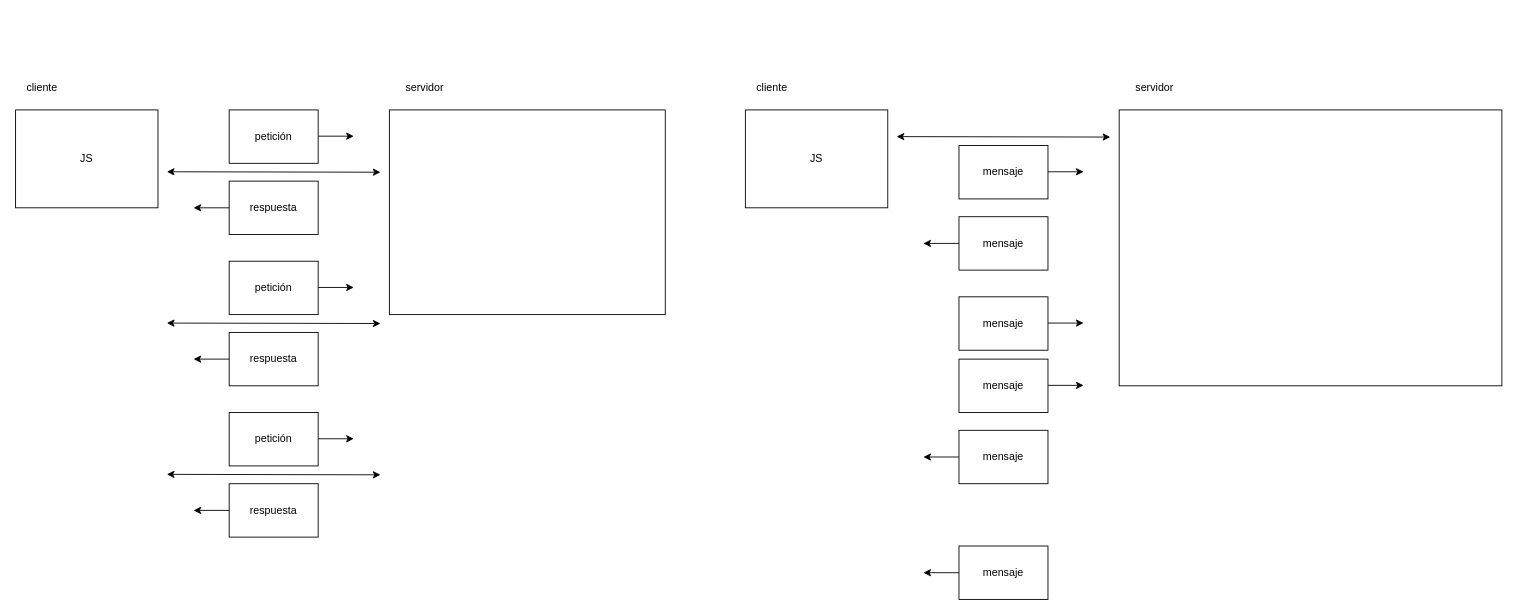
This is page "Página-51" (51 of 52) of dibujos.drawio from lrag/MEAN_2021_2, a draw.io file, before an edit. Source tidied: cells renumbered, new cells numbered last; positions are measured from the earlier drawing's top-left corner, leaving out a move shared by most shapes. Both pictures are drawn from the tidied source at 89%, with x=0, y=0 at pixel (15, 74).
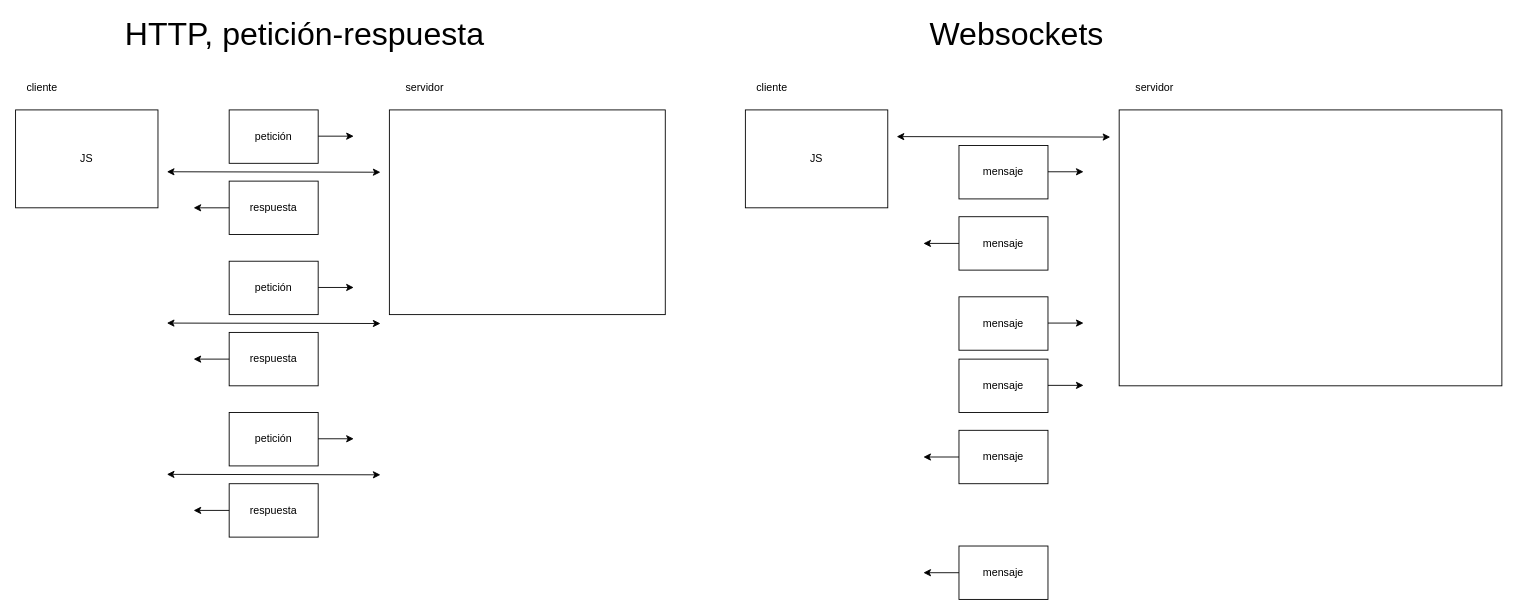
The same page after the edit.

Change to the diagram source:
```diff
@@
+    <mxCell id="40" value="&lt;font style=&quot;font-size: 36px&quot;&gt;HTTP, petición-respuesta&lt;/font&gt;" style="text;html=1;strokeColor=none;fillColor=none;align=center;verticalAlign=middle;whiteSpace=wrap;rounded=0;fontSize=12;" parent="1" vertex="1">
+      <mxGeometry x="100" y="-60" width="450" height="30" as="geometry" />
+    </mxCell>
+    <mxCell id="41" value="&lt;font style=&quot;font-size: 36px&quot;&gt;Websockets&lt;/font&gt;" style="text;html=1;strokeColor=none;fillColor=none;align=center;verticalAlign=middle;whiteSpace=wrap;rounded=0;fontSize=12;" parent="1" vertex="1">
+      <mxGeometry x="900" y="-60" width="450" height="30" as="geometry" />
+    </mxCell>
```
